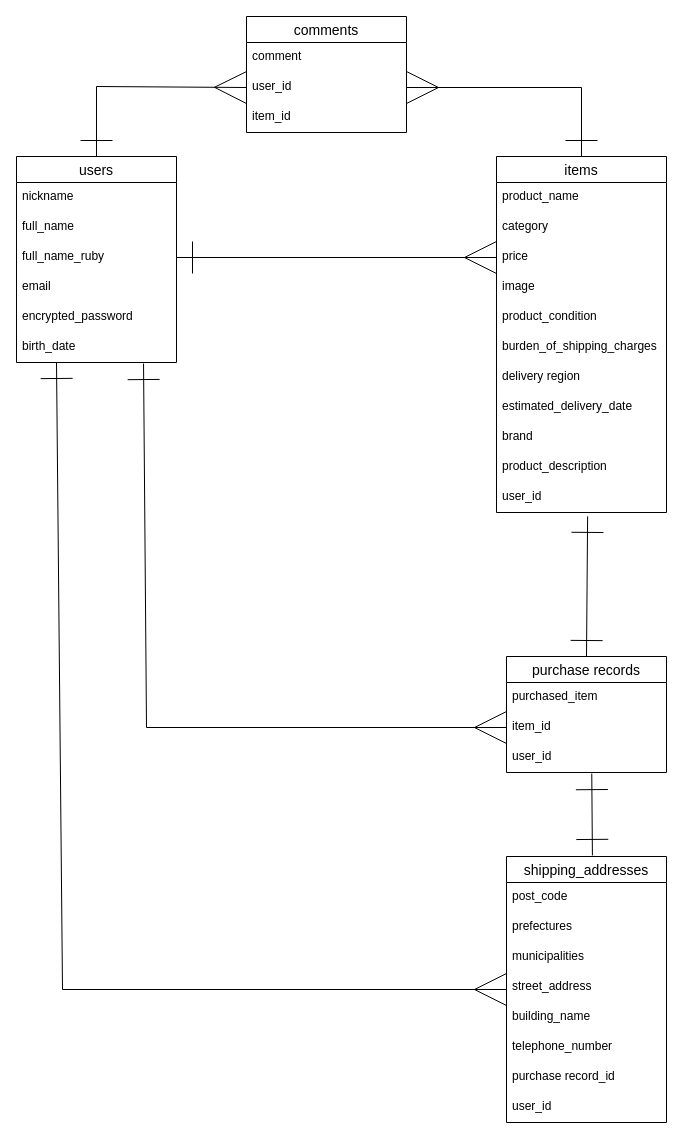
The draw.io diagram furima.dio in asuma3399/furima-41256, before the edit. Source tidied: cells renumbered, new cells numbered last; positions are measured from the earlier drawing's top-left corner, leaving out a move shared by most shapes. Both pictures are drawn from the tidied source at 100%, with x=0, y=0 at pixel (16, 16).
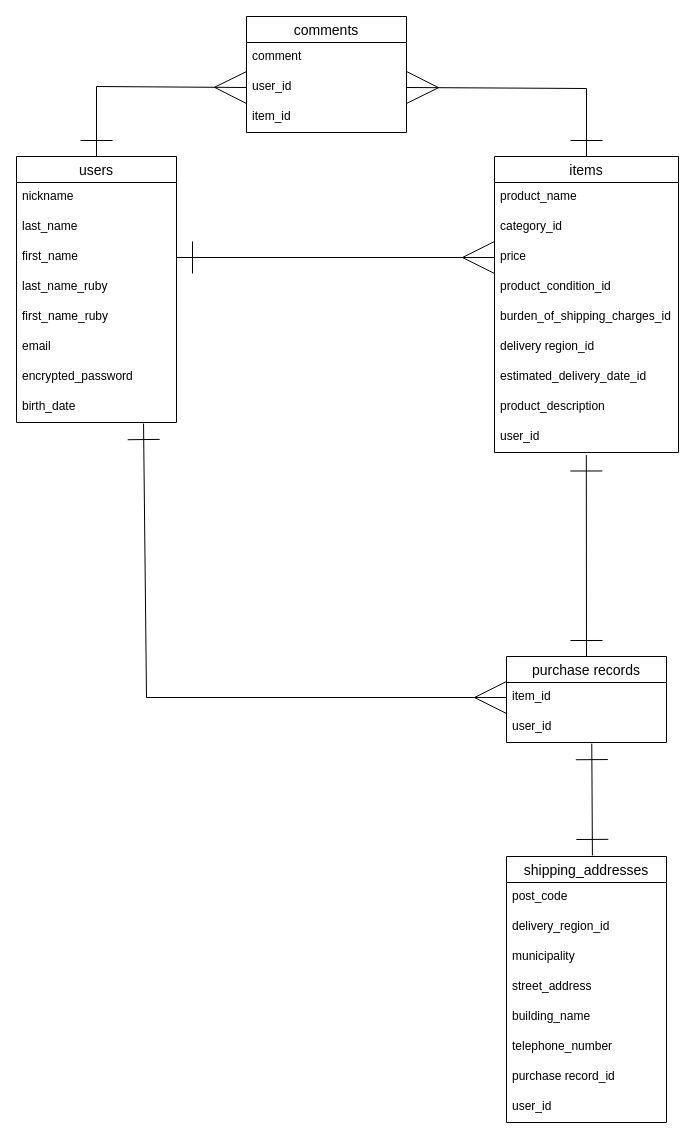
After the change.

Commit message (it also covers changes not shown here):
ER図、READMEの修正

The change refers to these unchanged cells:
```xml
<mxCell id="27" value="user_id" style="text;strokeColor=none;fillColor=none;spacingLeft=4;spacingRight=4;overflow=hidden;points=[[0,0.5],[1,0.5]];portConstraint=eastwest;fontSize=12;" parent="25" vertex="1">
  <mxGeometry y="56" width="160" height="30" as="geometry" />
</mxCell>
<mxCell id="35" value="shipping_addresses" style="swimlane;fontStyle=0;horizontal=1;startSize=26;align=center;fontSize=14;" parent="1" vertex="1">
  <mxGeometry x="490" y="840" width="160" height="266" as="geometry" />
</mxCell>
```

Change to the diagram source:
```diff
@@
     <mxCell id="3" style="edgeStyle=none;rounded=0;html=1;startArrow=ERone;startFill=0;endArrow=ERmany;endFill=0;startSize=30;endSize=30;entryX=0;entryY=0.5;entryDx=0;entryDy=0;exitX=0.794;exitY=1.035;exitDx=0;exitDy=0;exitPerimeter=0;" parent="1" edge="1" source="11" target="32">
       <mxGeometry relative="1" as="geometry">
         <Array as="points">
-          <mxPoint x="130" y="711" />
+          <mxPoint x="130" y="681" />
         </Array>
       </mxGeometry>
     </mxCell>
-    <mxCell id="4" style="edgeStyle=none;rounded=0;html=1;exitX=0.25;exitY=1;exitDx=0;exitDy=0;entryX=0;entryY=0.5;entryDx=0;entryDy=0;startArrow=ERone;startFill=0;endArrow=ERmany;endFill=0;startSize=30;endSize=30;" parent="1" edge="1" source="5" target="35">
-      <mxGeometry relative="1" as="geometry">
-        <Array as="points">
-          <mxPoint x="46" y="973" />
-        </Array>
-      </mxGeometry>
-    </mxCell>
     <mxCell id="5" value="users" style="swimlane;fontStyle=0;horizontal=1;startSize=26;align=center;fontSize=14;" parent="1" vertex="1">
-      <mxGeometry y="140" width="160" height="206" as="geometry" />
+      <mxGeometry y="140" width="160" height="266" as="geometry" />
     </mxCell>
@@
-    <mxCell id="7" value="full_name" style="text;strokeColor=none;fillColor=none;spacingLeft=4;spacingRight=4;overflow=hidden;fontSize=12;" parent="5" vertex="1">
+    <mxCell id="7" value="last_name" style="text;strokeColor=none;fillColor=none;spacingLeft=4;spacingRight=4;overflow=hidden;fontSize=12;" parent="5" vertex="1">
       <mxGeometry y="56" width="160" height="30" as="geometry" />
     </mxCell>
+    <mxCell id="45" value="first_name" style="text;strokeColor=none;fillColor=none;spacingLeft=4;spacingRight=4;overflow=hidden;points=[[0,0.5],[1,0.5]];portConstraint=eastwest;fontSize=12;" parent="5" vertex="1">
+      <mxGeometry y="86" width="160" height="30" as="geometry" />
+    </mxCell>
-    <mxCell id="8" value="full_name_ruby" style="text;strokeColor=none;fillColor=none;spacingLeft=4;spacingRight=4;overflow=hidden;points=[[0,0.5],[1,0.5]];portConstraint=eastwest;fontSize=12;" parent="5" vertex="1">
-      <mxGeometry y="86" width="160" height="30" as="geometry" />
+    <mxCell id="8" value="last_name_ruby" style="text;strokeColor=none;fillColor=none;spacingLeft=4;spacingRight=4;overflow=hidden;points=[[0,0.5],[1,0.5]];portConstraint=eastwest;fontSize=12;" parent="5" vertex="1">
+      <mxGeometry y="116" width="160" height="30" as="geometry" />
     </mxCell>
+    <mxCell id="46" value="first_name_ruby" style="text;strokeColor=none;fillColor=none;spacingLeft=4;spacingRight=4;overflow=hidden;fontSize=12;" parent="5" vertex="1">
+      <mxGeometry y="146" width="160" height="30" as="geometry" />
+    </mxCell>
     <mxCell id="9" value="email" style="text;strokeColor=none;fillColor=none;spacingLeft=4;spacingRight=4;overflow=hidden;fontSize=12;" parent="5" vertex="1">
-      <mxGeometry y="116" width="160" height="30" as="geometry" />
+      <mxGeometry y="176" width="160" height="30" as="geometry" />
     </mxCell>
     <mxCell id="10" value="encrypted_password" style="text;strokeColor=none;fillColor=none;spacingLeft=4;spacingRight=4;overflow=hidden;fontSize=12;" parent="5" vertex="1">
-      <mxGeometry y="146" width="160" height="30" as="geometry" />
+      <mxGeometry y="206" width="160" height="30" as="geometry" />
     </mxCell>
     <mxCell id="11" value="birth_date" style="text;strokeColor=none;fillColor=none;spacingLeft=4;spacingRight=4;overflow=hidden;points=[[0,0.5],[1,0.5]];portConstraint=eastwest;fontSize=12;" parent="5" vertex="1">
-      <mxGeometry y="176" width="160" height="30" as="geometry" />
+      <mxGeometry y="236" width="160" height="30" as="geometry" />
     </mxCell>
     <mxCell id="12" style="edgeStyle=none;rounded=0;html=1;exitX=0.5;exitY=0;exitDx=0;exitDy=0;entryX=1;entryY=0.5;entryDx=0;entryDy=0;endArrow=ERmany;endFill=0;endSize=30;startArrow=ERone;startFill=0;startSize=30;" parent="1" edge="1" source="13" target="27">
       <mxGeometry relative="1" as="geometry">
         <Array as="points">
-          <mxPoint x="565" y="71" />
+          <mxPoint x="570" y="72" />
         </Array>
       </mxGeometry>
     </mxCell>
     <mxCell id="13" value="items" style="swimlane;fontStyle=0;horizontal=1;startSize=26;align=center;fontSize=14;" parent="1" vertex="1">
-      <mxGeometry x="480" y="140" width="170" height="356" as="geometry" />
+      <mxGeometry x="478" y="140" width="184" height="296" as="geometry" />
     </mxCell>
     <mxCell id="14" value="product_name" style="text;strokeColor=none;fillColor=none;spacingLeft=4;spacingRight=4;overflow=hidden;fontSize=12;" parent="13" vertex="1">
-      <mxGeometry y="26" width="170" height="30" as="geometry" />
+      <mxGeometry y="26" width="184" height="30" as="geometry" />
     </mxCell>
-    <mxCell id="15" value="category" style="text;strokeColor=none;fillColor=none;spacingLeft=4;spacingRight=4;overflow=hidden;fontSize=12;" parent="13" vertex="1">
-      <mxGeometry y="56" width="170" height="30" as="geometry" />
+    <mxCell id="15" value="category_id" style="text;strokeColor=none;fillColor=none;spacingLeft=4;spacingRight=4;overflow=hidden;fontSize=12;" parent="13" vertex="1">
+      <mxGeometry y="56" width="184" height="30" as="geometry" />
     </mxCell>
     <mxCell id="16" value="price" style="text;strokeColor=none;fillColor=none;spacingLeft=4;spacingRight=4;overflow=hidden;points=[[0,0.5],[1,0.5]];portConstraint=eastwest;fontSize=12;" parent="13" vertex="1">
-      <mxGeometry y="86" width="170" height="30" as="geometry" />
+      <mxGeometry y="86" width="184" height="30" as="geometry" />
     </mxCell>
-    <mxCell id="17" value="image" style="text;strokeColor=none;fillColor=none;spacingLeft=4;spacingRight=4;overflow=hidden;fontSize=12;" parent="13" vertex="1">
-      <mxGeometry y="116" width="170" height="30" as="geometry" />
-    </mxCell>
-    <mxCell id="18" value="product_condition" style="text;strokeColor=none;fillColor=none;spacingLeft=4;spacingRight=4;overflow=hidden;fontSize=12;" parent="13" vertex="1">
-      <mxGeometry y="146" width="170" height="30" as="geometry" />
+    <mxCell id="18" value="product_condition_id" style="text;strokeColor=none;fillColor=none;spacingLeft=4;spacingRight=4;overflow=hidden;fontSize=12;" parent="13" vertex="1">
+      <mxGeometry y="116" width="184" height="30" as="geometry" />
     </mxCell>
-    <mxCell id="19" value="burden_of_shipping_charges" style="text;strokeColor=none;fillColor=none;spacingLeft=4;spacingRight=4;overflow=hidden;fontSize=12;" parent="13" vertex="1">
-      <mxGeometry y="176" width="170" height="30" as="geometry" />
+    <mxCell id="19" value="burden_of_shipping_charges_id" style="text;strokeColor=none;fillColor=none;spacingLeft=4;spacingRight=4;overflow=hidden;fontSize=12;" parent="13" vertex="1">
+      <mxGeometry y="146" width="184" height="30" as="geometry" />
     </mxCell>
-    <mxCell id="20" value="delivery region" style="text;strokeColor=none;fillColor=none;spacingLeft=4;spacingRight=4;overflow=hidden;fontSize=12;" parent="13" vertex="1">
-      <mxGeometry y="206" width="170" height="30" as="geometry" />
+    <mxCell id="20" value="delivery region_id" style="text;strokeColor=none;fillColor=none;spacingLeft=4;spacingRight=4;overflow=hidden;fontSize=12;" parent="13" vertex="1">
+      <mxGeometry y="176" width="184" height="30" as="geometry" />
     </mxCell>
-    <mxCell id="21" value="estimated_delivery_date" style="text;strokeColor=none;fillColor=none;spacingLeft=4;spacingRight=4;overflow=hidden;fontSize=12;" parent="13" vertex="1">
-      <mxGeometry y="236" width="170" height="30" as="geometry" />
+    <mxCell id="21" value="estimated_delivery_date_id" style="text;strokeColor=none;fillColor=none;spacingLeft=4;spacingRight=4;overflow=hidden;fontSize=12;" parent="13" vertex="1">
+      <mxGeometry y="206" width="184" height="30" as="geometry" />
     </mxCell>
-    <mxCell id="22" value="brand" style="text;strokeColor=none;fillColor=none;spacingLeft=4;spacingRight=4;overflow=hidden;fontSize=12;" parent="13" vertex="1">
-      <mxGeometry y="266" width="170" height="30" as="geometry" />
-    </mxCell>
     <mxCell id="23" value="product_description" style="text;strokeColor=none;fillColor=none;spacingLeft=4;spacingRight=4;overflow=hidden;fontSize=12;" parent="13" vertex="1">
-      <mxGeometry y="296" width="170" height="30" as="geometry" />
+      <mxGeometry y="236" width="184" height="30" as="geometry" />
     </mxCell>
     <mxCell id="24" value="user_id" style="text;strokeColor=none;fillColor=none;spacingLeft=4;spacingRight=4;overflow=hidden;points=[[0,0.5],[1,0.5]];portConstraint=eastwest;fontSize=12;perimeterSpacing=0;strokeWidth=1;" parent="13" vertex="1">
-      <mxGeometry y="326" width="170" height="30" as="geometry" />
+      <mxGeometry y="266" width="184" height="30" as="geometry" />
     </mxCell>
@@
-    <mxCell id="29" style="edgeStyle=none;rounded=0;html=1;exitX=0.5;exitY=0;exitDx=0;exitDy=0;endArrow=ERone;endFill=0;endSize=30;startArrow=ERone;startFill=0;startSize=30;entryX=0.536;entryY=1.13;entryDx=0;entryDy=0;entryPerimeter=0;" parent="1" edge="1" source="30" target="24">
+    <mxCell id="29" style="edgeStyle=none;rounded=0;html=1;exitX=0.5;exitY=0;exitDx=0;exitDy=0;endArrow=ERone;endFill=0;endSize=30;startArrow=ERone;startFill=0;startSize=30;entryX=0.499;entryY=1.083;entryDx=0;entryDy=0;entryPerimeter=0;" parent="1" edge="1" source="30" target="24">
       <mxGeometry relative="1" as="geometry" />
     </mxCell>
     <mxCell id="30" value="purchase records" style="swimlane;fontStyle=0;horizontal=1;startSize=26;align=center;fontSize=14;" parent="1" vertex="1">
-      <mxGeometry x="490" y="640" width="160" height="116" as="geometry" />
+      <mxGeometry x="490" y="640" width="160" height="86" as="geometry" />
     </mxCell>
-    <mxCell id="31" value="purchased_item" style="text;strokeColor=none;fillColor=none;spacingLeft=4;spacingRight=4;overflow=hidden;fontSize=12;" parent="30" vertex="1">
-      <mxGeometry y="26" width="160" height="30" as="geometry" />
-    </mxCell>
     <mxCell id="32" value="item_id" style="text;strokeColor=none;fillColor=none;spacingLeft=4;spacingRight=4;overflow=hidden;points=[[0,0.5],[1,0.5]];portConstraint=eastwest;fontSize=12;" parent="30" vertex="1">
-      <mxGeometry y="56" width="160" height="30" as="geometry" />
+      <mxGeometry y="26" width="160" height="30" as="geometry" />
     </mxCell>
     <mxCell id="33" value="user_id" style="text;strokeColor=none;fillColor=none;spacingLeft=4;spacingRight=4;overflow=hidden;points=[[0,0.5],[1,0.5]];portConstraint=eastwest;fontSize=12;strokeWidth=1;" parent="30" vertex="1">
-      <mxGeometry y="86" width="160" height="30" as="geometry" />
+      <mxGeometry y="56" width="160" height="30" as="geometry" />
     </mxCell>
@@
-    <mxCell id="37" value="prefectures" style="text;strokeColor=none;fillColor=none;spacingLeft=4;spacingRight=4;overflow=hidden;fontSize=12;" parent="35" vertex="1">
+    <mxCell id="37" value="delivery_region_id" style="text;strokeColor=none;fillColor=none;spacingLeft=4;spacingRight=4;overflow=hidden;fontSize=12;" parent="35" vertex="1">
       <mxGeometry y="56" width="160" height="30" as="geometry" />
     </mxCell>
-    <mxCell id="38" value="municipalities" style="text;strokeColor=none;fillColor=none;spacingLeft=4;spacingRight=4;overflow=hidden;fontSize=12;" parent="35" vertex="1">
+    <mxCell id="38" value="municipality" style="text;strokeColor=none;fillColor=none;spacingLeft=4;spacingRight=4;overflow=hidden;fontSize=12;" parent="35" vertex="1">
       <mxGeometry y="86" width="160" height="30" as="geometry" />
     </mxCell>
@@
-    <mxCell id="44" style="edgeStyle=none;rounded=0;html=1;exitX=1;exitY=0.5;exitDx=0;exitDy=0;entryX=0;entryY=0.5;entryDx=0;entryDy=0;endArrow=ERmany;endFill=0;endSize=30;startArrow=ERone;startFill=0;startSize=30;" parent="1" edge="1" source="8" target="16">
+    <mxCell id="44" style="edgeStyle=none;rounded=0;html=1;exitX=1;exitY=0.5;exitDx=0;exitDy=0;entryX=0;entryY=0.5;entryDx=0;entryDy=0;endArrow=ERmany;endFill=0;endSize=30;startArrow=ERone;startFill=0;startSize=30;" parent="1" edge="1" source="45" target="16">
       <mxGeometry relative="1" as="geometry" />
     </mxCell>
```
